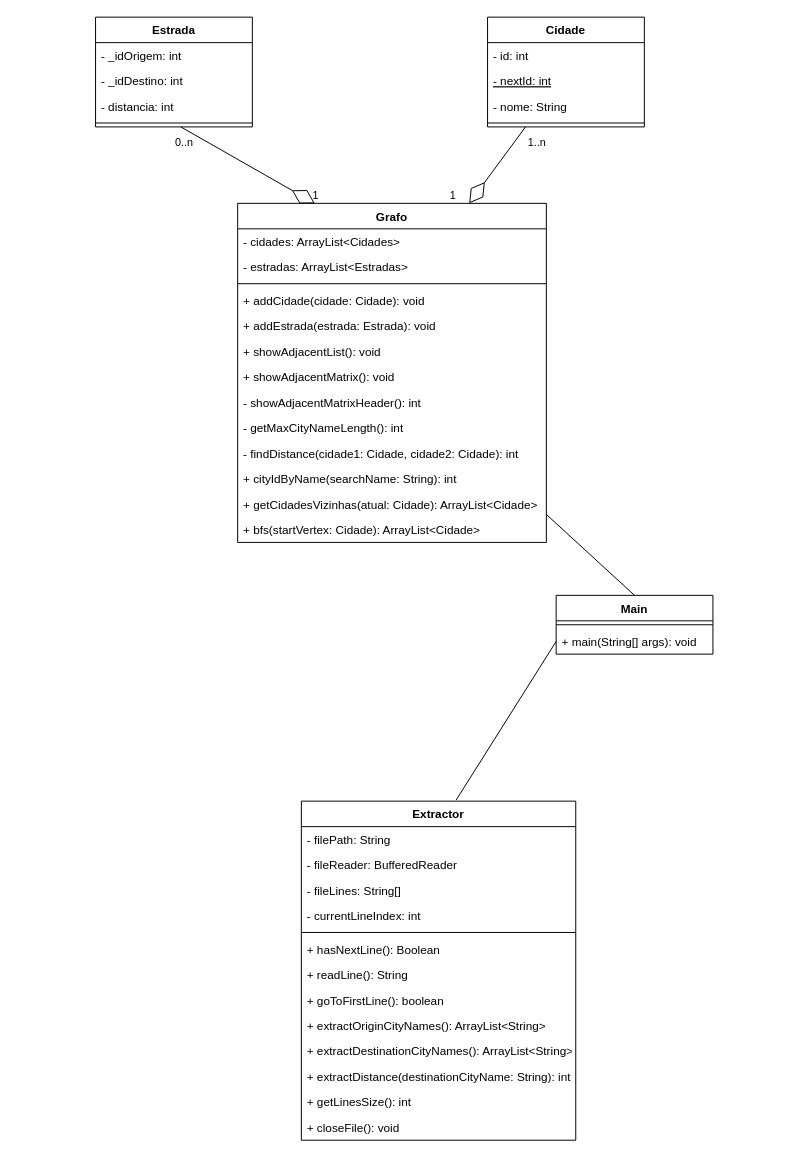
Earlier version of the draw.io diagram docs/diagramas/classDiagram.drawio (puc-aulas/lpm-noite-quarta-pl-PauloRubinger). Source tidied: cells renumbered, new cells numbered last; positions are measured from the earlier drawing's top-left corner, leaving out a move shared by most shapes. Both pictures are drawn from the tidied source at 98%, with x=0, y=0 at pixel (95, 17).
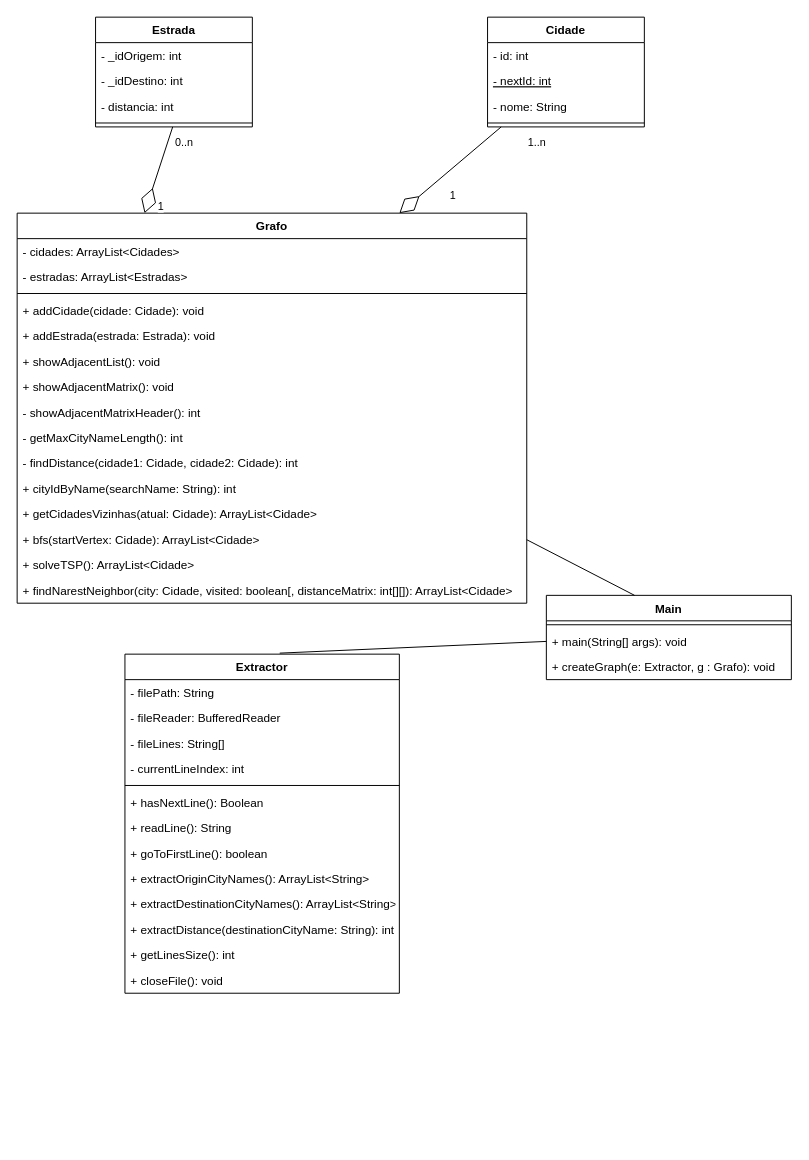
The same page after the edit.

Commit message (it also covers changes not shown here):
Adicionando método que tenta resolver requisito d e atualizando diagrama de classes

Change to the diagram source:
```diff
@@
     <mxCell id="2" value="Grafo" style="swimlane;fontStyle=1;align=center;verticalAlign=top;horizontal=1;startSize=26;" parent="1" vertex="1">
-      <mxGeometry x="145" y="190" width="315" height="346" as="geometry" />
+      <mxGeometry x="-80" y="200" width="520" height="398" as="geometry" />
     </mxCell>
     <mxCell id="3" value="- cidades: ArrayList&lt;Cidades&gt;" style="text;strokeColor=none;fillColor=none;align=left;verticalAlign=top;spacingLeft=4;spacingRight=4;overflow=hidden;" parent="2" vertex="1">
-      <mxGeometry y="26" width="315" height="26" as="geometry" />
+      <mxGeometry y="26" width="520" height="26" as="geometry" />
     </mxCell>
     <mxCell id="4" value="- estradas: ArrayList&lt;Estradas&gt;" style="text;strokeColor=none;fillColor=none;align=left;verticalAlign=top;spacingLeft=4;spacingRight=4;overflow=hidden;" parent="2" vertex="1">
-      <mxGeometry y="52" width="315" height="26" as="geometry" />
+      <mxGeometry y="52" width="520" height="26" as="geometry" />
     </mxCell>
     <mxCell id="5" style="line;strokeWidth=1;fillColor=none;align=left;verticalAlign=middle;spacingTop=-1;spacingLeft=3;spacingRight=3;labelPosition=right;strokeColor=inherit;" parent="2" vertex="1">
-      <mxGeometry y="78" width="315" height="8" as="geometry" />
+      <mxGeometry y="78" width="520" height="8" as="geometry" />
     </mxCell>
     <mxCell id="6" value="+ addCidade(cidade: Cidade): void" style="text;strokeColor=none;fillColor=none;align=left;verticalAlign=top;spacingLeft=4;spacingRight=4;overflow=hidden;" parent="2" vertex="1">
-      <mxGeometry y="86" width="315" height="26" as="geometry" />
+      <mxGeometry y="86" width="520" height="26" as="geometry" />
     </mxCell>
     <mxCell id="7" value="+ addEstrada(estrada: Estrada): void" style="text;strokeColor=none;fillColor=none;align=left;verticalAlign=top;spacingLeft=4;spacingRight=4;overflow=hidden;" parent="2" vertex="1">
-      <mxGeometry y="112" width="315" height="26" as="geometry" />
+      <mxGeometry y="112" width="520" height="26" as="geometry" />
     </mxCell>
     <mxCell id="8" value="+ showAdjacentList(): void" style="text;strokeColor=none;fillColor=none;align=left;verticalAlign=top;spacingLeft=4;spacingRight=4;overflow=hidden;" parent="2" vertex="1">
-      <mxGeometry y="138" width="315" height="26" as="geometry" />
+      <mxGeometry y="138" width="520" height="26" as="geometry" />
     </mxCell>
     <mxCell id="9" value="+ showAdjacentMatrix(): void" style="text;strokeColor=none;fillColor=none;align=left;verticalAlign=top;spacingLeft=4;spacingRight=4;overflow=hidden;" parent="2" vertex="1">
-      <mxGeometry y="164" width="315" height="26" as="geometry" />
+      <mxGeometry y="164" width="520" height="26" as="geometry" />
     </mxCell>
     <mxCell id="10" value="- showAdjacentMatrixHeader(): int" style="text;strokeColor=none;fillColor=none;align=left;verticalAlign=top;spacingLeft=4;spacingRight=4;overflow=hidden;" parent="2" vertex="1">
-      <mxGeometry y="190" width="315" height="26" as="geometry" />
+      <mxGeometry y="190" width="520" height="26" as="geometry" />
     </mxCell>
     <mxCell id="11" value="- getMaxCityNameLength(): int" style="text;strokeColor=none;fillColor=none;align=left;verticalAlign=top;spacingLeft=4;spacingRight=4;overflow=hidden;" parent="2" vertex="1">
-      <mxGeometry y="216" width="315" height="26" as="geometry" />
+      <mxGeometry y="216" width="520" height="26" as="geometry" />
     </mxCell>
     <mxCell id="12" value="- findDistance(cidade1: Cidade, cidade2: Cidade): int" style="text;strokeColor=none;fillColor=none;align=left;verticalAlign=top;spacingLeft=4;spacingRight=4;overflow=hidden;" parent="2" vertex="1">
-      <mxGeometry y="242" width="315" height="26" as="geometry" />
+      <mxGeometry y="242" width="520" height="26" as="geometry" />
     </mxCell>
     <mxCell id="13" value="+ cityIdByName(searchName: String): int" style="text;strokeColor=none;fillColor=none;align=left;verticalAlign=top;spacingLeft=4;spacingRight=4;overflow=hidden;" parent="2" vertex="1">
-      <mxGeometry y="268" width="315" height="26" as="geometry" />
+      <mxGeometry y="268" width="520" height="26" as="geometry" />
     </mxCell>
     <mxCell id="14" value="+ getCidadesVizinhas(atual: Cidade): ArrayList&lt;Cidade&gt;" style="text;strokeColor=none;fillColor=none;align=left;verticalAlign=top;spacingLeft=4;spacingRight=4;overflow=hidden;" parent="2" vertex="1">
-      <mxGeometry y="294" width="315" height="26" as="geometry" />
+      <mxGeometry y="294" width="520" height="26" as="geometry" />
     </mxCell>
+    <mxCell id="51" value="+ bfs(startVertex: Cidade): ArrayList&lt;Cidade&gt;" style="text;strokeColor=none;fillColor=none;align=left;verticalAlign=top;spacingLeft=4;spacingRight=4;overflow=hidden;" parent="2" vertex="1">
+      <mxGeometry y="320" width="520" height="26" as="geometry" />
+    </mxCell>
+    <mxCell id="52" value="+ solveTSP(): ArrayList&lt;Cidade&gt;" style="text;strokeColor=none;fillColor=none;align=left;verticalAlign=top;spacingLeft=4;spacingRight=4;overflow=hidden;" parent="2" vertex="1">
+      <mxGeometry y="346" width="520" height="26" as="geometry" />
+    </mxCell>
-    <mxCell id="15" value="+ bfs(startVertex: Cidade): ArrayList&lt;Cidade&gt;" style="text;strokeColor=none;fillColor=none;align=left;verticalAlign=top;spacingLeft=4;spacingRight=4;overflow=hidden;" parent="2" vertex="1">
-      <mxGeometry y="320" width="315" height="26" as="geometry" />
+    <mxCell id="15" value="+ findNarestNeighbor(city: Cidade, visited: boolean[, distanceMatrix: int[][]): ArrayList&lt;Cidade&gt;" style="text;strokeColor=none;fillColor=none;align=left;verticalAlign=top;spacingLeft=4;spacingRight=4;overflow=hidden;" parent="2" vertex="1">
+      <mxGeometry y="372" width="520" height="26" as="geometry" />
     </mxCell>
     <mxCell id="16" value="Main" style="swimlane;fontStyle=1;align=center;verticalAlign=top;horizontal=1;startSize=26;" parent="1" vertex="1">
-      <mxGeometry x="470" y="590" width="160" height="60" as="geometry" />
+      <mxGeometry x="460" y="590" width="250" height="86" as="geometry" />
     </mxCell>
     <mxCell id="17" style="line;strokeWidth=1;fillColor=none;align=left;verticalAlign=middle;spacingTop=-1;spacingLeft=3;spacingRight=3;labelPosition=right;strokeColor=inherit;" parent="16" vertex="1">
-      <mxGeometry y="26" width="160" height="8" as="geometry" />
+      <mxGeometry y="26" width="250" height="8" as="geometry" />
     </mxCell>
     <mxCell id="18" value="+ main(String[] args): void" style="text;strokeColor=none;fillColor=none;align=left;verticalAlign=top;spacingLeft=4;spacingRight=4;overflow=hidden;points=[[0,0.5],[1,0.5]];portConstraint=eastwest;" parent="16" vertex="1">
-      <mxGeometry y="34" width="160" height="26" as="geometry" />
+      <mxGeometry y="34" width="250" height="26" as="geometry" />
     </mxCell>
+    <mxCell id="53" value="+ createGraph(e: Extractor, g : Grafo): void" style="text;strokeColor=none;fillColor=none;align=left;verticalAlign=top;spacingLeft=4;spacingRight=4;overflow=hidden;" parent="16" vertex="1">
+      <mxGeometry y="60" width="250" height="26" as="geometry" />
+    </mxCell>
@@
     <mxCell id="29" value="Extractor" style="swimlane;fontStyle=1;align=center;verticalAlign=top;horizontal=1;startSize=26;" parent="1" vertex="1">
-      <mxGeometry x="210" y="800" width="280" height="346" as="geometry" />
+      <mxGeometry x="30" y="650" width="280" height="346" as="geometry" />
     </mxCell>
@@
     <mxCell id="43" value="1" style="edgeLabel;html=1;align=right;verticalAlign=top;" parent="1" vertex="1">
       <mxGeometry x="240" y="160" as="geometry">
-        <mxPoint x="-12" y="9" as="offset" />
+        <mxPoint x="-170" y="20" as="offset" />
       </mxGeometry>
     </mxCell>
```
